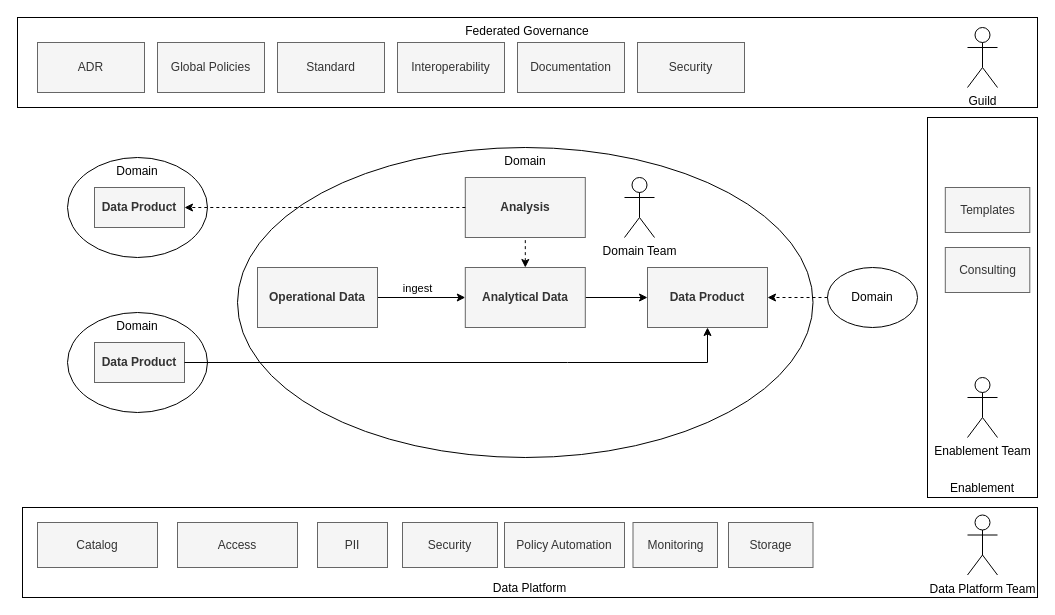
Above: diagrams/datamesharchitecture.drawio in datamesh-architecture/datamesh-architecture.com (draw.io), before the change. Source tidied: cells renumbered, new cells numbered last; positions are measured from the earlier drawing's top-left corner, leaving out a move shared by most shapes. Both pictures are drawn from the tidied source at 100%, with x=0, y=0 at pixel (17, 17).
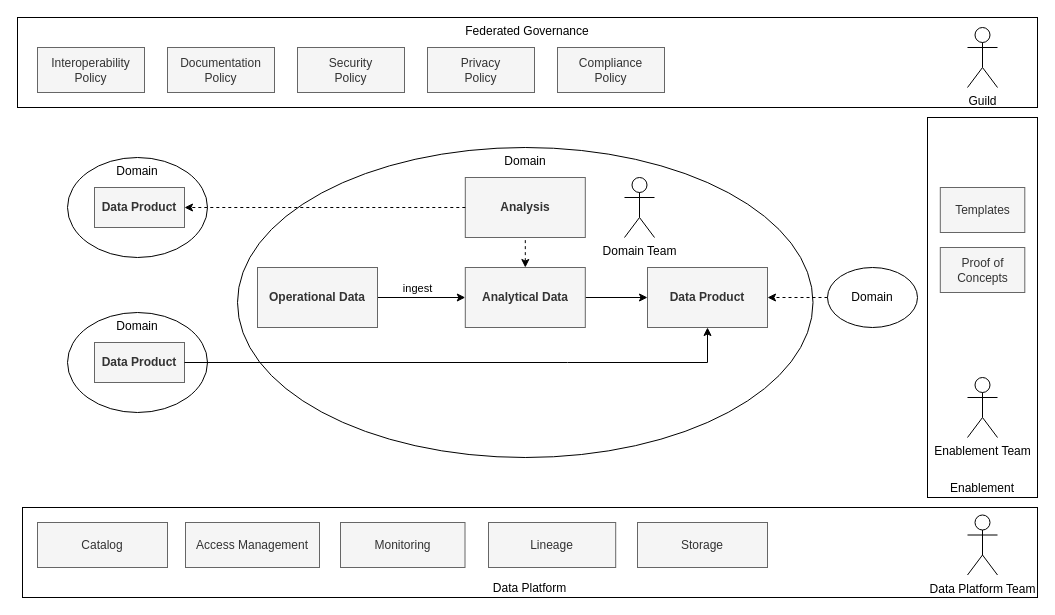
After the change.

Diff of the diagram source:
```diff
@@
-    <mxCell id="7" value="Global Policies" style="rounded=0;whiteSpace=wrap;html=1;fillColor=#f5f5f5;fontColor=#333333;strokeColor=#666666;" parent="1" vertex="1">
-      <mxGeometry x="140" y="25" width="107" height="50" as="geometry" />
+    <mxCell id="7" value="Compliance&lt;br&gt;Policy" style="rounded=0;whiteSpace=wrap;html=1;fillColor=#f5f5f5;fontColor=#333333;strokeColor=#666666;" parent="1" vertex="1">
+      <mxGeometry x="540" y="30" width="107" height="45" as="geometry" />
     </mxCell>
     <mxCell id="8" value="Catalog" style="rounded=0;whiteSpace=wrap;html=1;fillColor=#f5f5f5;fontColor=#333333;strokeColor=#666666;" parent="1" vertex="1">
-      <mxGeometry x="20" y="505" width="120" height="45" as="geometry" />
+      <mxGeometry x="20" y="505" width="130" height="45" as="geometry" />
     </mxCell>
-    <mxCell id="9" value="Access" style="rounded=0;whiteSpace=wrap;html=1;fillColor=#f5f5f5;fontColor=#333333;strokeColor=#666666;" parent="1" vertex="1">
-      <mxGeometry x="160" y="505" width="120" height="45" as="geometry" />
+    <mxCell id="9" value="Access Management" style="rounded=0;whiteSpace=wrap;html=1;fillColor=#f5f5f5;fontColor=#333333;strokeColor=#666666;" parent="1" vertex="1">
+      <mxGeometry x="168" y="505" width="134" height="45" as="geometry" />
     </mxCell>
-    <mxCell id="10" value="PII" style="rounded=0;whiteSpace=wrap;html=1;fillColor=#f5f5f5;fontColor=#333333;strokeColor=#666666;" parent="1" vertex="1">
-      <mxGeometry x="300" y="505" width="70" height="45" as="geometry" />
-    </mxCell>
-    <mxCell id="11" value="Security" style="rounded=0;whiteSpace=wrap;html=1;fillColor=#f5f5f5;fontColor=#333333;strokeColor=#666666;" parent="1" vertex="1">
-      <mxGeometry x="385" y="505" width="95" height="45" as="geometry" />
+    <mxCell id="11" value="Lineage" style="rounded=0;whiteSpace=wrap;html=1;fillColor=#f5f5f5;fontColor=#333333;strokeColor=#666666;" parent="1" vertex="1">
+      <mxGeometry x="471" y="505" width="127.2" height="45" as="geometry" />
     </mxCell>
-    <mxCell id="12" value="Policy Automation" style="rounded=0;whiteSpace=wrap;html=1;fillColor=#f5f5f5;fontColor=#333333;strokeColor=#666666;" parent="1" vertex="1">
-      <mxGeometry x="487" y="505" width="120" height="45" as="geometry" />
-    </mxCell>
     <mxCell id="13" value="Monitoring" style="rounded=0;whiteSpace=wrap;html=1;fillColor=#f5f5f5;fontColor=#333333;strokeColor=#666666;" parent="1" vertex="1">
-      <mxGeometry x="615.5" y="505" width="84.5" height="45" as="geometry" />
+      <mxGeometry x="323" y="505" width="124.5" height="45" as="geometry" />
     </mxCell>
-    <mxCell id="14" value="ADR" style="rounded=0;whiteSpace=wrap;html=1;fillColor=#f5f5f5;fontColor=#333333;strokeColor=#666666;" parent="1" vertex="1">
-      <mxGeometry x="20" y="25" width="107" height="50" as="geometry" />
-    </mxCell>
-    <mxCell id="15" value="Standard" style="rounded=0;whiteSpace=wrap;html=1;fillColor=#f5f5f5;fontColor=#333333;strokeColor=#666666;" parent="1" vertex="1">
-      <mxGeometry x="260" y="25" width="107" height="50" as="geometry" />
-    </mxCell>
-    <mxCell id="16" value="Interoperability" style="rounded=0;whiteSpace=wrap;html=1;fillColor=#f5f5f5;fontColor=#333333;strokeColor=#666666;" parent="1" vertex="1">
-      <mxGeometry x="380" y="25" width="107" height="50" as="geometry" />
+    <mxCell id="16" value="Interoperability&lt;br&gt;Policy" style="rounded=0;whiteSpace=wrap;html=1;fillColor=#f5f5f5;fontColor=#333333;strokeColor=#666666;" parent="1" vertex="1">
+      <mxGeometry x="20" y="30" width="107" height="45" as="geometry" />
     </mxCell>
-    <mxCell id="17" value="Documentation" style="rounded=0;whiteSpace=wrap;html=1;fillColor=#f5f5f5;fontColor=#333333;strokeColor=#666666;" parent="1" vertex="1">
-      <mxGeometry x="500" y="25" width="107" height="50" as="geometry" />
+    <mxCell id="17" value="Documentation&lt;br&gt;Policy" style="rounded=0;whiteSpace=wrap;html=1;fillColor=#f5f5f5;fontColor=#333333;strokeColor=#666666;" parent="1" vertex="1">
+      <mxGeometry x="150" y="30" width="107" height="45" as="geometry" />
     </mxCell>
-    <mxCell id="18" value="Security" style="rounded=0;whiteSpace=wrap;html=1;fillColor=#f5f5f5;fontColor=#333333;strokeColor=#666666;" parent="1" vertex="1">
-      <mxGeometry x="620" y="25" width="107" height="50" as="geometry" />
+    <mxCell id="18" value="Security&lt;br&gt;Policy" style="rounded=0;whiteSpace=wrap;html=1;fillColor=#f5f5f5;fontColor=#333333;strokeColor=#666666;" parent="1" vertex="1">
+      <mxGeometry x="280" y="30" width="107" height="45" as="geometry" />
     </mxCell>
@@
     <mxCell id="20" value="Templates" style="rounded=0;whiteSpace=wrap;html=1;fillColor=#f5f5f5;fontColor=#333333;strokeColor=#666666;" parent="1" vertex="1">
-      <mxGeometry x="927.8" y="170" width="84.5" height="45" as="geometry" />
+      <mxGeometry x="922.8" y="170" width="84.5" height="45" as="geometry" />
     </mxCell>
-    <mxCell id="21" value="Consulting" style="rounded=0;whiteSpace=wrap;html=1;fillColor=#f5f5f5;fontColor=#333333;strokeColor=#666666;" parent="1" vertex="1">
-      <mxGeometry x="927.8" y="230" width="84.5" height="45" as="geometry" />
+    <mxCell id="21" value="Proof of Concepts" style="rounded=0;whiteSpace=wrap;html=1;fillColor=#f5f5f5;fontColor=#333333;strokeColor=#666666;" parent="1" vertex="1">
+      <mxGeometry x="922.8" y="230" width="84.5" height="45" as="geometry" />
     </mxCell>
@@
     <mxCell id="40" value="Storage" style="rounded=0;whiteSpace=wrap;html=1;fillColor=#f5f5f5;fontColor=#333333;strokeColor=#666666;" parent="1" vertex="1">
-      <mxGeometry x="711" y="505" width="84.5" height="45" as="geometry" />
+      <mxGeometry x="620" y="505" width="130" height="45" as="geometry" />
     </mxCell>
+    <mxCell id="41" value="Privacy&lt;br&gt;Policy" style="rounded=0;whiteSpace=wrap;html=1;fillColor=#f5f5f5;fontColor=#333333;strokeColor=#666666;" parent="1" vertex="1">
+      <mxGeometry x="410" y="30" width="107" height="45" as="geometry" />
+    </mxCell>
```
